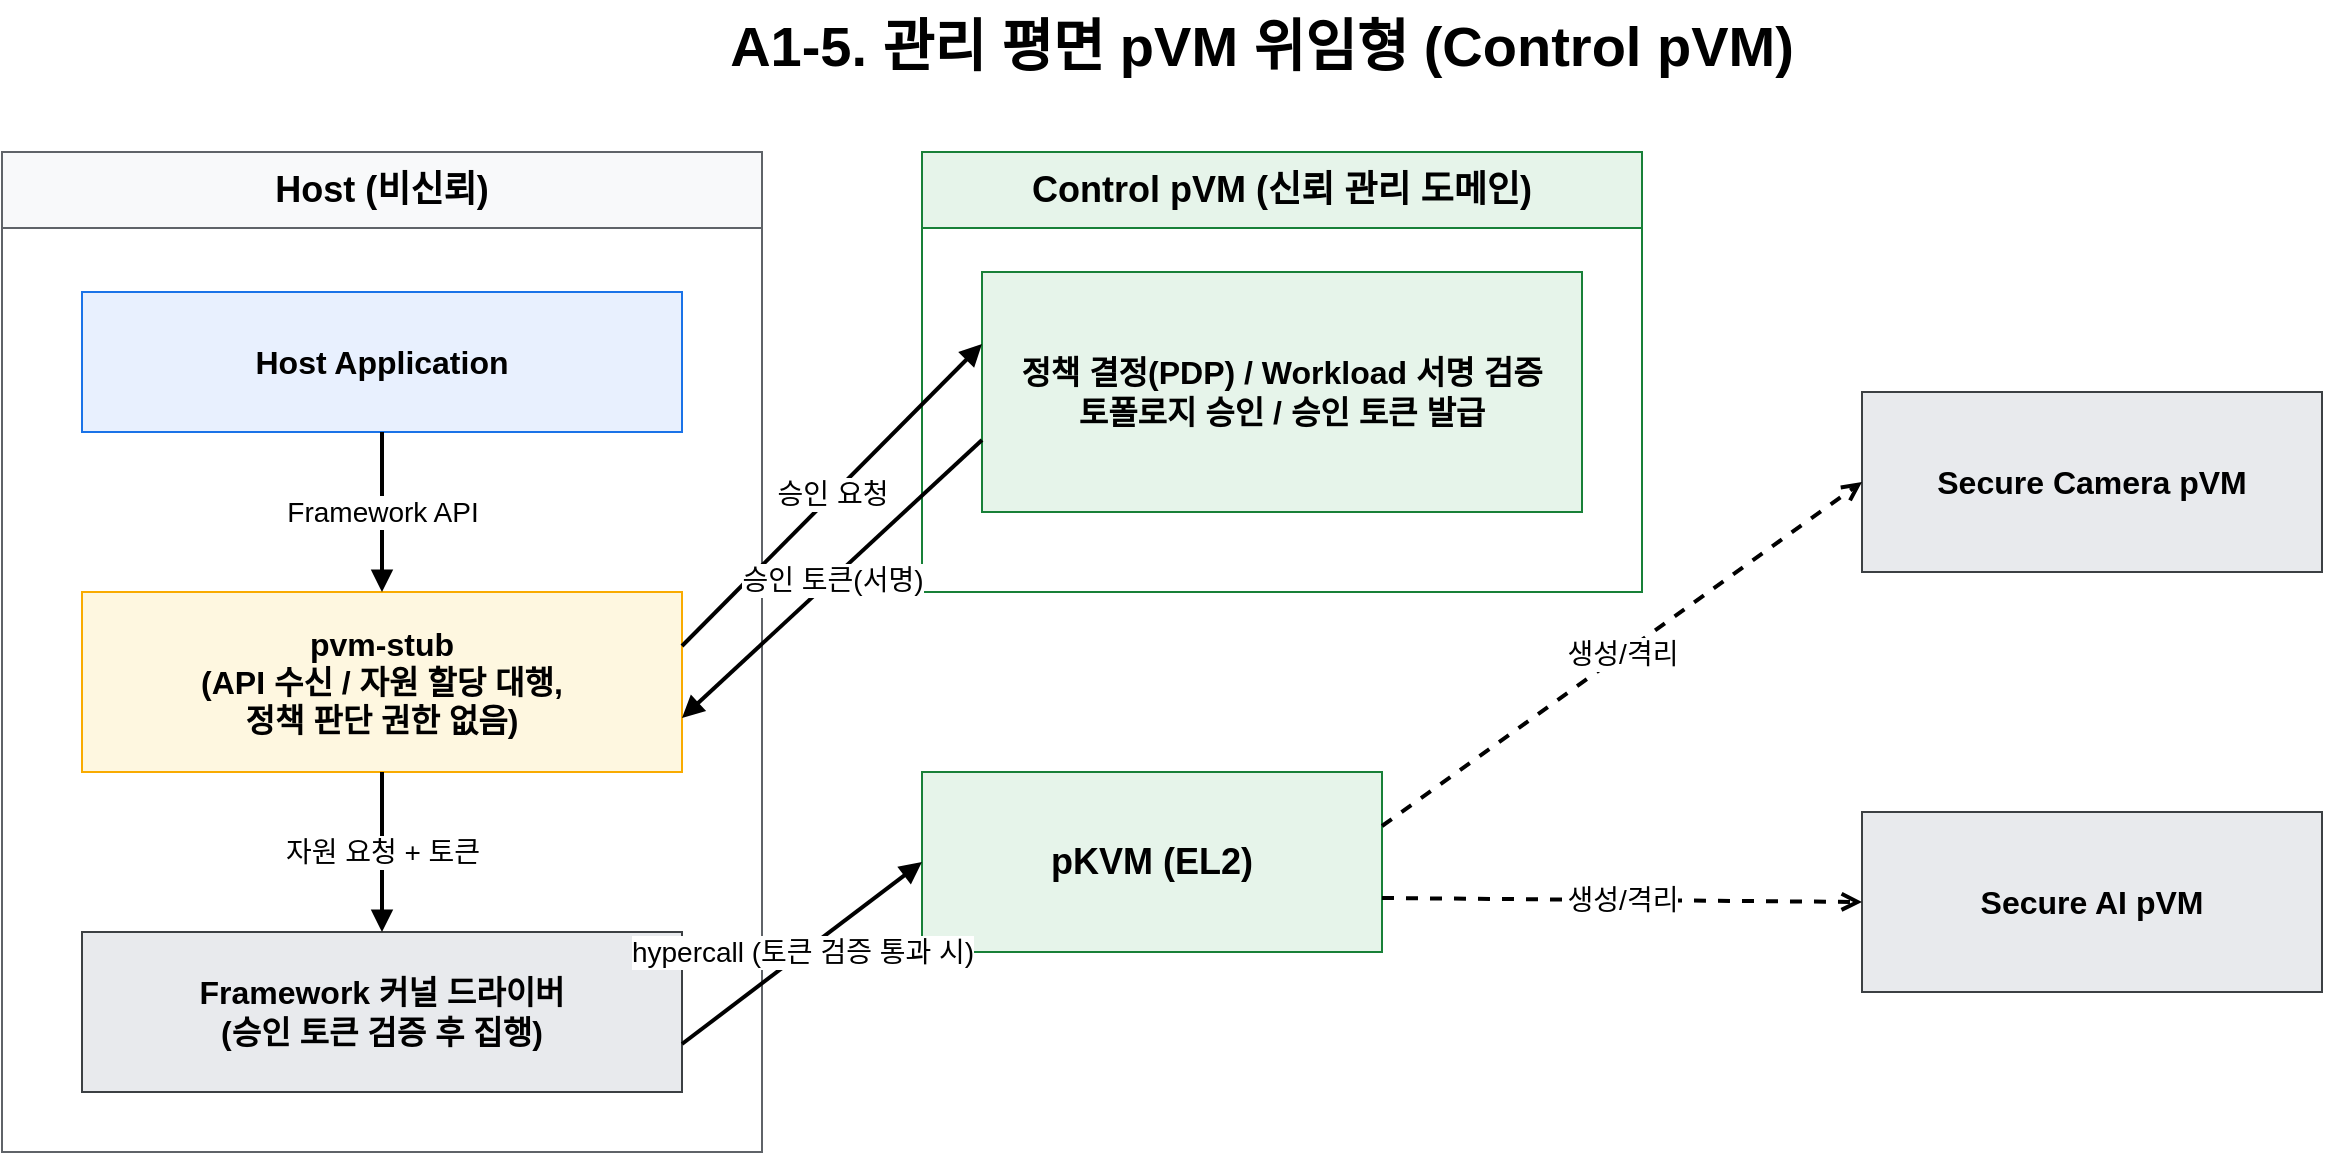
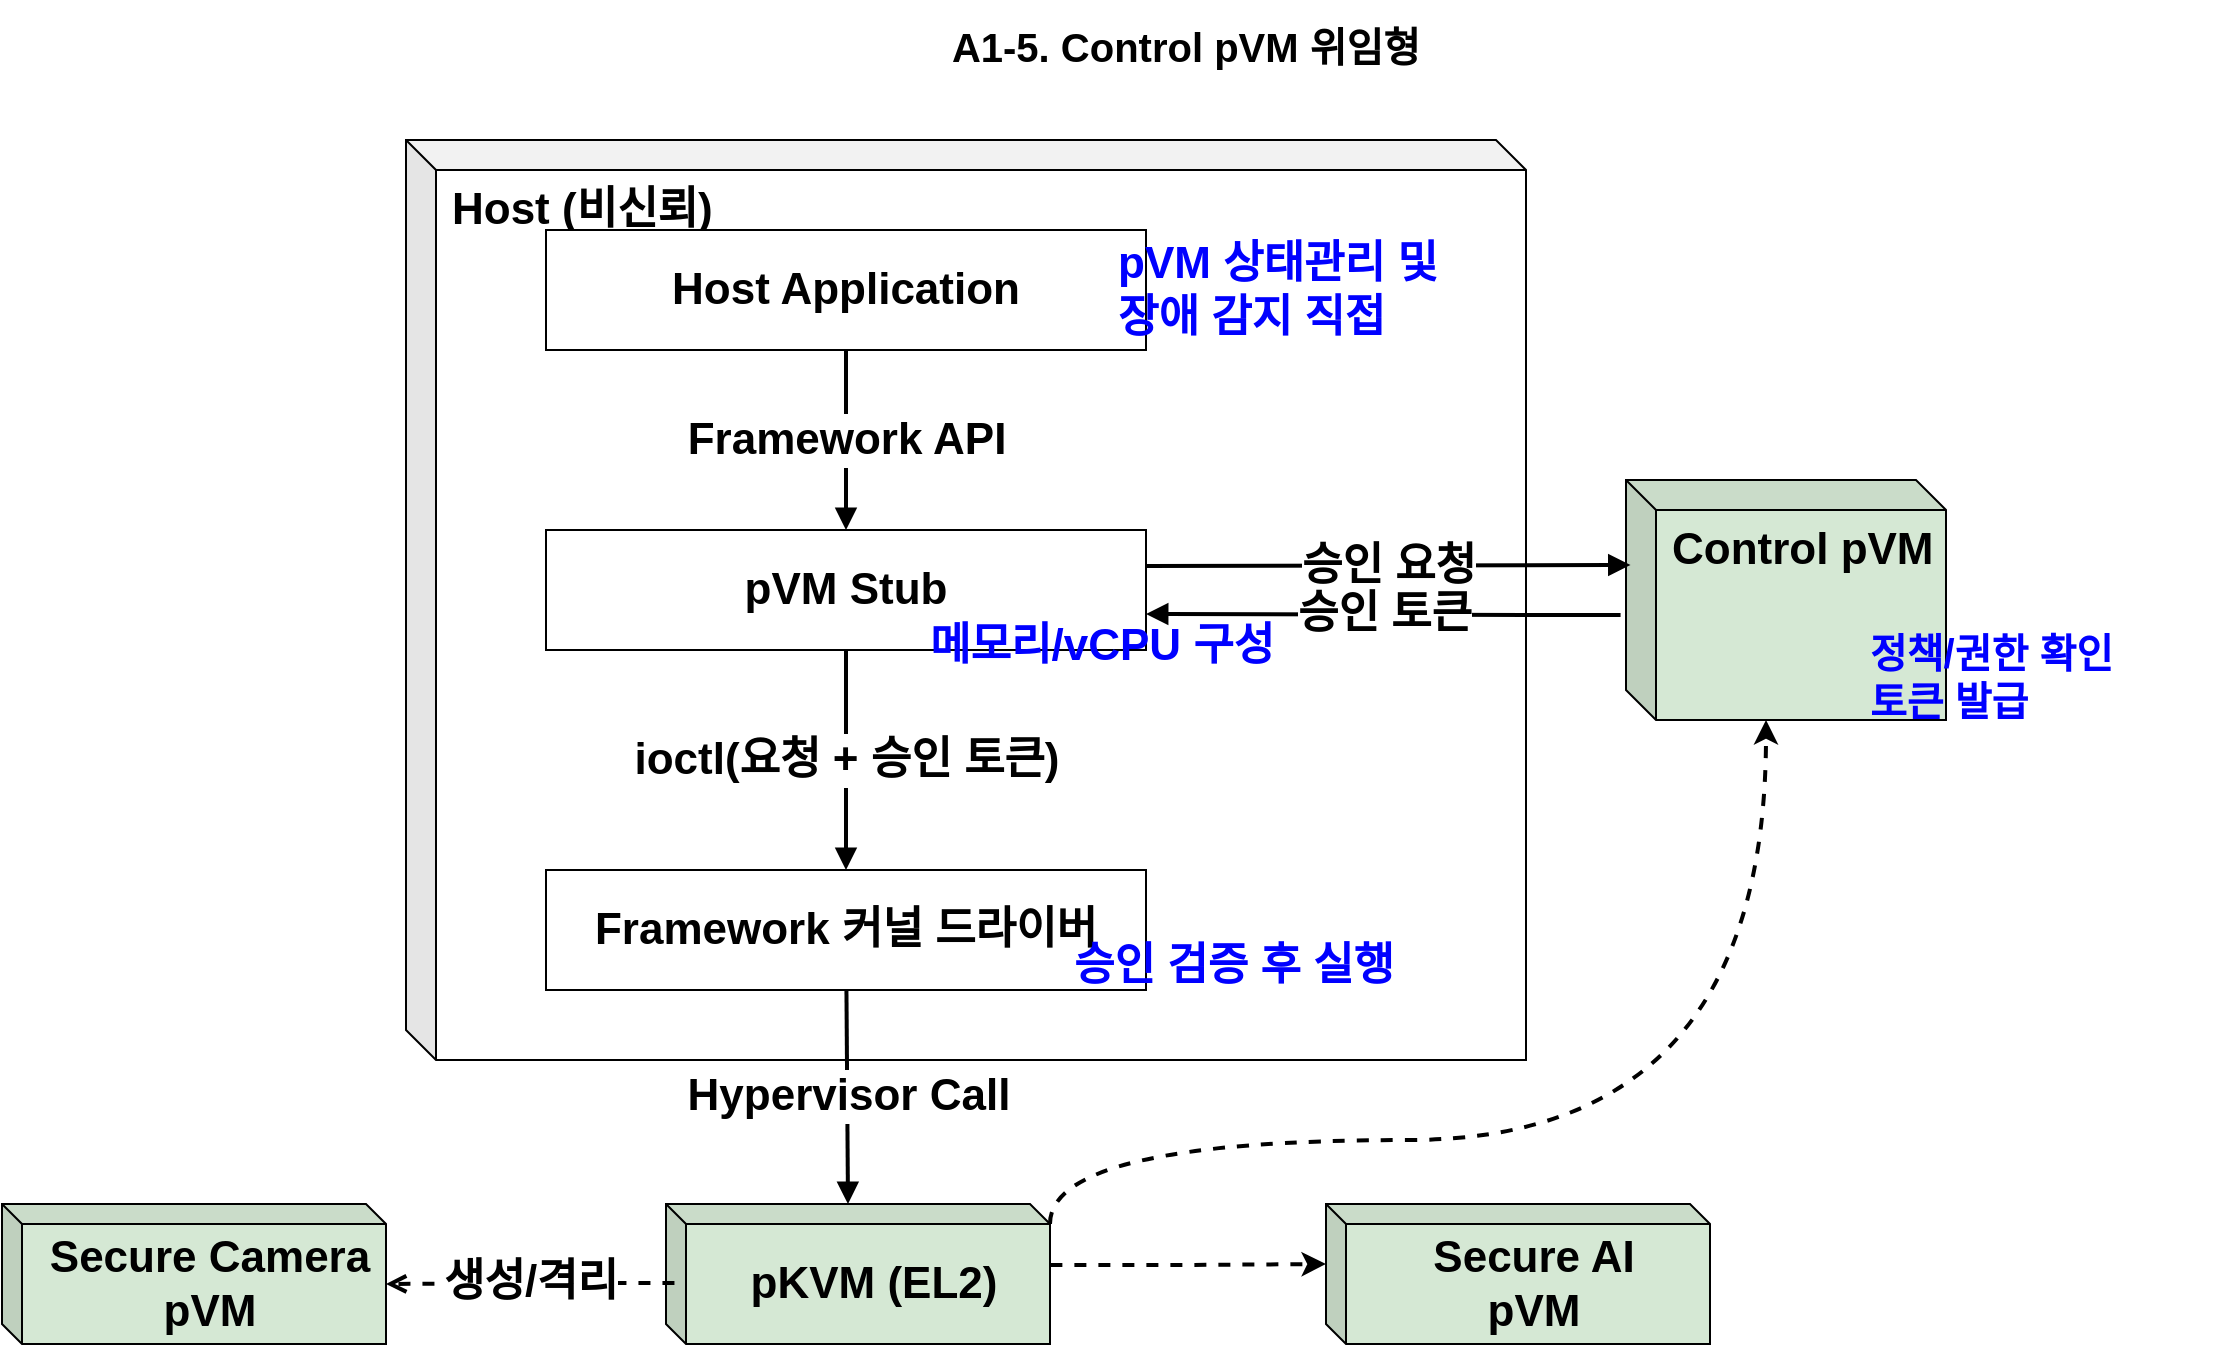
- <mxfile host="app.diagrams.net" modified="2026-07-09T00:00:00.000Z" agent="Claude" version="24.7.17" type="device">
+ <mxfile host="Electron" agent="Claude">
  <diagram id="a1-5-control-pvm-delegated" name="A1-5">
-     <mxGraphModel dx="1280" dy="720" grid="1" gridSize="10" guides="1" tooltips="1" connect="1" arrows="1" fold="1" page="1" pageScale="1" pageWidth="1400" pageHeight="760" math="0" shadow="0">
+     <mxGraphModel dx="1529" dy="835" grid="1" gridSize="10" guides="1" tooltips="1" connect="1" arrows="1" fold="1" page="1" pageScale="1" pageWidth="1400" pageHeight="760" math="0" shadow="0">
      <root>
-         <mxCell id="0"/>
-         <mxCell id="1" parent="0"/>
-         <mxCell id="title" value="A1-5. 관리 평면 pVM 위임형 (Control pVM)" style="text;html=1;strokeColor=none;fillColor=none;align=center;verticalAlign=middle;whiteSpace=wrap;rounded=0;fontSize=28;fontStyle=1" vertex="1" parent="1">
-           <mxGeometry x="340" y="34" width="720" height="46" as="geometry"/>
+         <mxCell id="0" />
+         <mxCell id="1" parent="0" />
+         <mxCell id="Ye7JKqBr-37vAc1fCnnb-8" parent="1" style="shape=cube;whiteSpace=wrap;html=1;boundedLbl=1;backgroundOutline=1;darkOpacity=0.05;darkOpacity2=0.1;fontSize=22;fontStyle=1;verticalAlign=top;align=left;spacingLeft=6;size=15;fillColor=#d5e8d4;strokeColor=#000000;" value="&lt;span style=&quot;text-align: center;&quot;&gt;Control pVM&lt;/span&gt;" vertex="1">
+           <mxGeometry height="120" width="160" x="920" y="250" as="geometry" />
        </mxCell>
-         <mxCell id="host" value="Host (비신뢰)" style="swimlane;html=1;whiteSpace=wrap;rounded=0;startSize=38;horizontal=1;fillColor=#f8f9fa;strokeColor=#5f6368;fontSize=18;fontStyle=1" vertex="1" parent="1">
-           <mxGeometry x="70" y="110" width="380" height="500" as="geometry"/>
+         <mxCell id="Ye7JKqBr-37vAc1fCnnb-2" parent="1" style="shape=cube;whiteSpace=wrap;html=1;boundedLbl=1;backgroundOutline=1;darkOpacity=0.05;darkOpacity2=0.1;fontSize=22;fontStyle=1;verticalAlign=top;align=left;spacingLeft=6;size=15;" value="Host (비신뢰)" vertex="1">
+           <mxGeometry height="460" width="560" x="310" y="80" as="geometry" />
        </mxCell>
-         <mxCell id="app" value="Host Application" style="rounded=0;whiteSpace=wrap;html=1;fillColor=#e8f0fe;strokeColor=#1a73e8;fontSize=16;fontStyle=1" vertex="1" parent="host">
-           <mxGeometry x="40" y="70" width="300" height="70" as="geometry"/>
+         <mxCell id="title" parent="1" style="text;html=1;align=center;verticalAlign=middle;whiteSpace=wrap;rounded=0;fontSize=20;fontStyle=1" value="A1-5. Control pVM&amp;nbsp;위임형" vertex="1">
+           <mxGeometry height="46" width="720" x="340" y="10" as="geometry" />
        </mxCell>
-         <mxCell id="stb" value="pvm-stub&lt;br&gt;(API 수신 / 자원 할당 대행,&lt;br&gt;정책 판단 권한 없음)" style="rounded=0;whiteSpace=wrap;html=1;fillColor=#fef7e0;strokeColor=#f9ab00;fontSize=16;fontStyle=1" vertex="1" parent="host">
-           <mxGeometry x="40" y="220" width="300" height="90" as="geometry"/>
+         <mxCell id="e-stb-ctl" edge="1" parent="1" source="stb" style="endArrow=block;html=1;rounded=0;strokeWidth=2;exitX=1;exitY=0.3;exitDx=0;exitDy=0;fontSize=22;fontStyle=1;entryX=0.014;entryY=0.354;entryDx=0;entryDy=0;entryPerimeter=0;" target="Ye7JKqBr-37vAc1fCnnb-8" value="승인 요청">
+           <mxGeometry relative="1" as="geometry" />
        </mxCell>
-         <mxCell id="drv" value="Framework 커널 드라이버&lt;br&gt;(승인 토큰 검증 후 집행)" style="rounded=0;whiteSpace=wrap;html=1;fillColor=#e8eaed;strokeColor=#3c4043;fontSize=16;fontStyle=1" vertex="1" parent="host">
-           <mxGeometry x="40" y="390" width="300" height="80" as="geometry"/>
+         <mxCell id="e-ctl-stb" edge="1" parent="1" source="Ye7JKqBr-37vAc1fCnnb-8" style="endArrow=block;html=1;rounded=0;strokeWidth=2;exitX=-0.017;exitY=0.563;exitDx=0;exitDy=0;entryX=1;entryY=0.7;entryDx=0;entryDy=0;fontSize=22;fontStyle=1;exitPerimeter=0;" target="stb" value="승인 토큰">
+           <mxGeometry relative="1" as="geometry" />
        </mxCell>
-         <mxCell id="ctlbox" value="Control pVM (신뢰 관리 도메인)" style="swimlane;html=1;whiteSpace=wrap;rounded=0;startSize=38;horizontal=1;fillColor=#e6f4ea;strokeColor=#188038;fontSize=18;fontStyle=1" vertex="1" parent="1">
-           <mxGeometry x="530" y="110" width="360" height="220" as="geometry"/>
+         <mxCell id="e-drv-hv" edge="1" parent="1" source="drv" style="endArrow=block;html=1;rounded=0;strokeWidth=2;entryX=0;entryY=0;entryDx=91.00000000000001;entryDy=0;fontSize=22;entryPerimeter=0;fontStyle=1" target="Ye7JKqBr-37vAc1fCnnb-3" value="Hypervisor Call">
+           <mxGeometry relative="1" as="geometry" />
        </mxCell>
-         <mxCell id="ctl" value="정책 결정(PDP) / Workload 서명 검증&lt;br&gt;토폴로지 승인 / 승인 토큰 발급" style="rounded=0;whiteSpace=wrap;html=1;fillColor=#e6f4ea;strokeColor=#188038;fontSize=16;fontStyle=1" vertex="1" parent="ctlbox">
-           <mxGeometry x="30" y="60" width="300" height="120" as="geometry"/>
+         <mxCell id="app" parent="1" style="rounded=0;whiteSpace=wrap;html=1;fontSize=22;fontStyle=1" value="Host Application" vertex="1">
+           <mxGeometry height="60" width="300" x="380" y="125" as="geometry" />
        </mxCell>
-         <mxCell id="hv" value="pKVM (EL2)" style="rounded=0;whiteSpace=wrap;html=1;fillColor=#e6f4ea;strokeColor=#188038;fontSize=18;fontStyle=1" vertex="1" parent="1">
-           <mxGeometry x="530" y="420" width="230" height="90" as="geometry"/>
+         <mxCell id="stb" parent="1" style="rounded=0;whiteSpace=wrap;html=1;fontSize=22;fontStyle=1" value="pVM Stub" vertex="1">
+           <mxGeometry height="60" width="300" x="380" y="275" as="geometry" />
        </mxCell>
-         <mxCell id="cam" value="Secure Camera pVM" style="rounded=0;whiteSpace=wrap;html=1;fillColor=#e8eaed;strokeColor=#3c4043;fontSize=16;fontStyle=1" vertex="1" parent="1">
-           <mxGeometry x="1000" y="230" width="230" height="90" as="geometry"/>
+         <mxCell id="drv" parent="1" style="rounded=0;whiteSpace=wrap;html=1;fontSize=22;fontStyle=1" value="Framework 커널 드라이버" vertex="1">
+           <mxGeometry height="60" width="300" x="380" y="445" as="geometry" />
        </mxCell>
-         <mxCell id="ai" value="Secure AI pVM" style="rounded=0;whiteSpace=wrap;html=1;fillColor=#e8eaed;strokeColor=#3c4043;fontSize=16;fontStyle=1" vertex="1" parent="1">
-           <mxGeometry x="1000" y="440" width="230" height="90" as="geometry"/>
+         <mxCell id="e-app-stb" edge="1" parent="1" source="app" style="endArrow=block;html=1;rounded=0;strokeWidth=2;exitX=0.5;exitY=1;exitDx=0;exitDy=0;entryX=0.5;entryY=0;entryDx=0;entryDy=0;fontSize=22;fontStyle=1" target="stb" value="Framework API">
+           <mxGeometry relative="1" as="geometry" />
        </mxCell>
-         <mxCell id="e-app-stb" value="Framework API" style="endArrow=block;html=1;rounded=0;strokeWidth=2;exitX=0.5;exitY=1;exitDx=0;exitDy=0;entryX=0.5;entryY=0;entryDx=0;entryDy=0;fontSize=14" edge="1" parent="host" source="app" target="stb">
-           <mxGeometry relative="1" as="geometry"/>
+         <mxCell id="e-stb-drv" edge="1" parent="1" source="stb" style="endArrow=block;html=1;rounded=0;strokeWidth=2;exitX=0.5;exitY=1;exitDx=0;exitDy=0;entryX=0.5;entryY=0;entryDx=0;entryDy=0;fontSize=22;fontStyle=1" target="drv" value="ioctl(요청 + 승인 토큰)">
+           <mxGeometry relative="1" as="geometry" />
        </mxCell>
-         <mxCell id="e-stb-ctl" value="승인 요청" style="endArrow=block;html=1;rounded=0;strokeWidth=2;exitX=1;exitY=0.3;exitDx=0;exitDy=0;entryX=0;entryY=0.3;entryDx=0;entryDy=0;fontSize=14" edge="1" parent="1" source="stb" target="ctl">
-           <mxGeometry relative="1" as="geometry"/>
+         <mxCell id="PK_bqP58mCpaWw2dbHiG-1" edge="1" parent="1" source="Ye7JKqBr-37vAc1fCnnb-3" style="edgeStyle=orthogonalEdgeStyle;rounded=0;orthogonalLoop=1;jettySize=auto;html=1;dashed=1;exitX=0;exitY=0;exitDx=192;exitDy=10;exitPerimeter=0;strokeColor=default;strokeWidth=2;align=center;verticalAlign=middle;fontFamily=Helvetica;fontSize=22;fontColor=default;fontStyle=1;labelBackgroundColor=default;endArrow=classic;curved=1;endFill=1;" target="Ye7JKqBr-37vAc1fCnnb-8">
+           <mxGeometry relative="1" as="geometry">
+             <Array as="points">
+               <mxPoint x="632" y="580" />
+               <mxPoint x="990" y="580" />
+             </Array>
+           </mxGeometry>
        </mxCell>
-         <mxCell id="e-ctl-stb" value="승인 토큰(서명)" style="endArrow=block;html=1;rounded=0;strokeWidth=2;exitX=0;exitY=0.7;exitDx=0;exitDy=0;entryX=1;entryY=0.7;entryDx=0;entryDy=0;fontSize=14" edge="1" parent="1" source="ctl" target="stb">
-           <mxGeometry relative="1" as="geometry"/>
+         <mxCell id="Ye7JKqBr-37vAc1fCnnb-3" parent="1" style="shape=cube;whiteSpace=wrap;html=1;boundedLbl=1;backgroundOutline=1;darkOpacity=0.05;darkOpacity2=0.1;fontSize=22;fontStyle=1;verticalAlign=middle;align=center;spacingLeft=6;size=10;fillColor=#d5e8d4;strokeColor=#000000;" value="pKVM (EL2)" vertex="1">
+           <mxGeometry height="70" width="192" x="440" y="612" as="geometry" />
        </mxCell>
-         <mxCell id="e-stb-drv" value="자원 요청 + 토큰" style="endArrow=block;html=1;rounded=0;strokeWidth=2;exitX=0.5;exitY=1;exitDx=0;exitDy=0;entryX=0.5;entryY=0;entryDx=0;entryDy=0;fontSize=14" edge="1" parent="host" source="stb" target="drv">
-           <mxGeometry relative="1" as="geometry"/>
+         <mxCell id="Ye7JKqBr-37vAc1fCnnb-4" edge="1" parent="1" source="Ye7JKqBr-37vAc1fCnnb-3" style="endArrow=open;html=1;rounded=0;dashed=1;strokeWidth=2;exitX=0.022;exitY=0.564;exitDx=0;exitDy=0;entryX=0;entryY=0;entryDx=192.00000000000003;entryDy=40;fontSize=22;fontStyle=1;entryPerimeter=0;edgeStyle=orthogonalEdgeStyle;exitPerimeter=0;labelBackgroundColor=default;" target="Ye7JKqBr-37vAc1fCnnb-6" value="&lt;span style=&quot;color: rgb(0, 0, 0); font-family: Helvetica; font-style: normal; font-variant-ligatures: normal; font-variant-caps: normal; letter-spacing: normal; orphans: 2; text-align: center; text-indent: 0px; text-transform: none; widows: 2; word-spacing: 0px; -webkit-text-stroke-width: 0px; white-space: nowrap; text-decoration-thickness: initial; text-decoration-style: initial; text-decoration-color: initial; float: none; display: inline !important;&quot;&gt;생성/격리&lt;/span&gt;">
+           <mxGeometry relative="1" as="geometry" />
        </mxCell>
-         <mxCell id="e-drv-hv" value="hypercall (토큰 검증 통과 시)" style="endArrow=block;html=1;rounded=0;strokeWidth=2;exitX=1;exitY=0.7;exitDx=0;exitDy=0;entryX=0;entryY=0.5;entryDx=0;entryDy=0;fontSize=14" edge="1" parent="1" source="drv" target="hv">
-           <mxGeometry relative="1" as="geometry"/>
+         <mxCell id="Ye7JKqBr-37vAc1fCnnb-5" edge="1" parent="1" source="Ye7JKqBr-37vAc1fCnnb-3" style="endArrow=classic;html=1;rounded=0;dashed=1;strokeWidth=2;exitX=1.001;exitY=0.436;exitDx=0;exitDy=0;entryX=0;entryY=0;entryDx=0;entryDy=30;fontSize=22;fontStyle=1;entryPerimeter=0;edgeStyle=orthogonalEdgeStyle;exitPerimeter=0;endFill=1;" target="Ye7JKqBr-37vAc1fCnnb-7" value="">
+           <mxGeometry relative="1" as="geometry" />
        </mxCell>
-         <mxCell id="e-hv-cam" value="생성/격리" style="endArrow=open;html=1;rounded=0;dashed=1;strokeWidth=2;exitX=1;exitY=0.3;exitDx=0;exitDy=0;entryX=0;entryY=0.5;entryDx=0;entryDy=0;fontSize=14" edge="1" parent="1" source="hv" target="cam">
-           <mxGeometry relative="1" as="geometry"/>
+         <mxCell id="Ye7JKqBr-37vAc1fCnnb-6" parent="1" style="shape=cube;whiteSpace=wrap;html=1;boundedLbl=1;backgroundOutline=1;darkOpacity=0.05;darkOpacity2=0.1;fontSize=22;fontStyle=1;verticalAlign=middle;align=center;spacingLeft=6;size=10;fillColor=#d5e8d4;strokeColor=#000000;" value="Secure Camera&lt;div&gt;pVM&lt;/div&gt;" vertex="1">
+           <mxGeometry height="70" width="192" x="108" y="612" as="geometry" />
        </mxCell>
-         <mxCell id="e-hv-ai" value="생성/격리" style="endArrow=open;html=1;rounded=0;dashed=1;strokeWidth=2;exitX=1;exitY=0.7;exitDx=0;exitDy=0;entryX=0;entryY=0.5;entryDx=0;entryDy=0;fontSize=14" edge="1" parent="1" source="hv" target="ai">
-           <mxGeometry relative="1" as="geometry"/>
+         <mxCell id="Ye7JKqBr-37vAc1fCnnb-7" parent="1" style="shape=cube;whiteSpace=wrap;html=1;boundedLbl=1;backgroundOutline=1;darkOpacity=0.05;darkOpacity2=0.1;fontSize=22;fontStyle=1;verticalAlign=middle;align=center;spacingLeft=6;size=10;fillColor=#d5e8d4;strokeColor=#000000;" value="Secure AI&lt;div&gt;pVM&lt;/div&gt;" vertex="1">
+           <mxGeometry height="70" width="192" x="770" y="612" as="geometry" />
+         </mxCell>
+         <mxCell id="Ye7JKqBr-37vAc1fCnnb-10" parent="1" style="text;html=1;whiteSpace=wrap;strokeColor=none;fillColor=none;align=left;verticalAlign=middle;rounded=0;fontColor=#0000FF;fontSize=22;fontStyle=1" value="승인 검증 후 실행" vertex="1">
+           <mxGeometry height="45" width="178" x="642" y="470" as="geometry" />
+         </mxCell>
+         <mxCell id="Ye7JKqBr-37vAc1fCnnb-11" parent="1" style="text;html=1;whiteSpace=wrap;strokeColor=none;fillColor=none;align=left;verticalAlign=middle;rounded=0;fontColor=#0000FF;fontSize=20;fontStyle=1" value="&lt;font style=&quot;color: rgb(0, 0, 255);&quot;&gt;&lt;span style=&quot;text-align: center;&quot;&gt;정책/권한 확인&lt;/span&gt;&lt;/font&gt;&lt;div&gt;&lt;font style=&quot;color: rgb(0, 0, 255);&quot;&gt;&lt;span style=&quot;text-align: center;&quot;&gt;토큰 발급&lt;/span&gt;&lt;/font&gt;&lt;/div&gt;" vertex="1">
+           <mxGeometry height="45" width="178" x="1040" y="325" as="geometry" />
+         </mxCell>
+         <mxCell id="Ye7JKqBr-37vAc1fCnnb-12" parent="1" style="text;html=1;whiteSpace=wrap;strokeColor=none;fillColor=none;align=left;verticalAlign=middle;rounded=0;fontColor=#0000FF;fontSize=22;fontStyle=1" value="메모리/vCPU 구성" vertex="1">
+           <mxGeometry height="45" width="178" x="570" y="310" as="geometry" />
+         </mxCell>
+         <mxCell id="Ye7JKqBr-37vAc1fCnnb-13" parent="1" style="text;html=1;whiteSpace=wrap;strokeColor=none;fillColor=none;align=left;verticalAlign=middle;rounded=0;fontColor=#0000FF;fontSize=22;fontStyle=1" value="pVM 상태관리 및&lt;div&gt;장애 감지 직접&lt;/div&gt;" vertex="1">
+           <mxGeometry height="45" width="178" x="664" y="132.5" as="geometry" />
        </mxCell>
      </root>
    </mxGraphModel>
  </diagram>
</mxfile>
